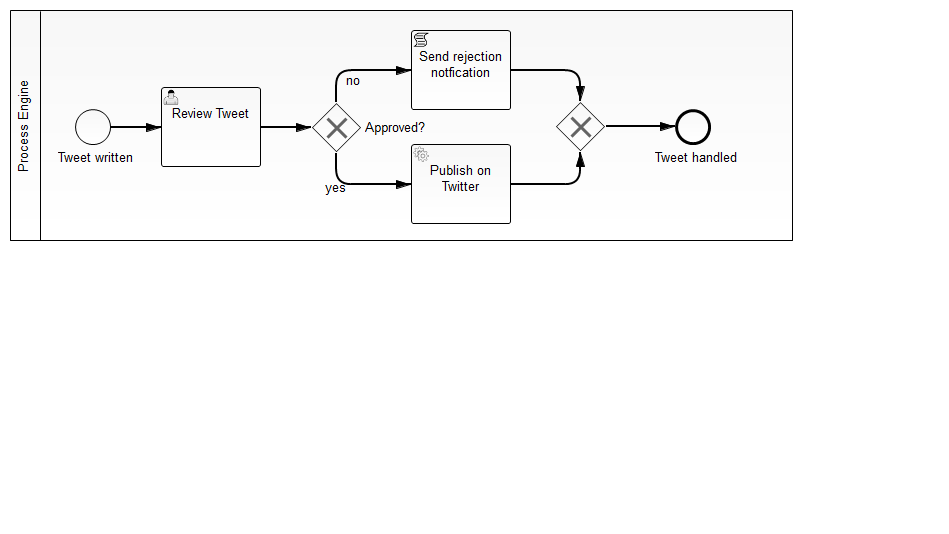
Earlier version of the BPMN export snippets/twitter-qa/src/main/resources/process.png (camunda-consulting/camunda-7-code-examples). Its source is kept beside it as snippets/twitter-qa/src/main/resources/process.bpmn. Ids are renumbered.
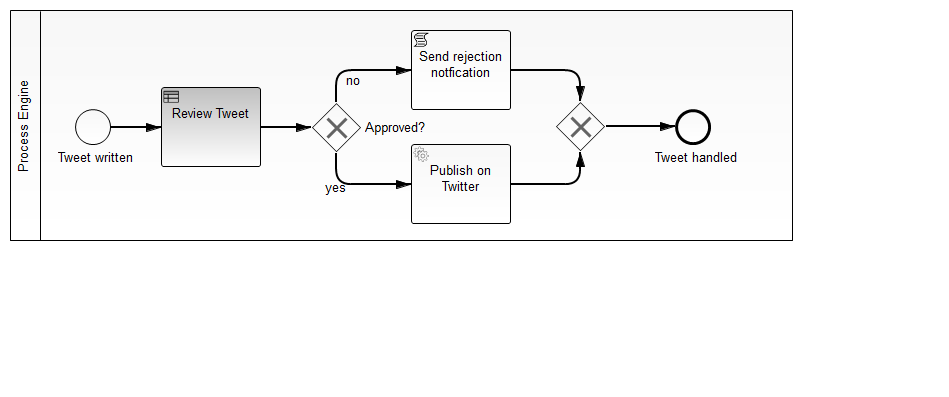
Later version of the same file.

Change to the diagram source:
```diff
@@ -9,10 +9,17 @@
     <bpmn2:endEvent id="EndEvent_1" name="Tweet handled">
       <bpmn2:incoming>SequenceFlow_8</bpmn2:incoming>
     </bpmn2:endEvent>
-    <bpmn2:userTask id="UserTask_1" camunda:candidateGroups="management" camunda:formKey="embedded:app:task-form.html" name="Review Tweet">
+    <bpmn2:businessRuleTask id="UserTask_1" camunda:decisionRef="tweet_approval" camunda:resultVariable="approved_str" name="Review Tweet">
+      <bpmn2:extensionElements>
+        <camunda:inputOutput>
+          <camunda:outputParameter name="approved">
+            <camunda:script scriptFormat="JavaScript">approved_str === 'true' ? true : false;</camunda:script>
+          </camunda:outputParameter>
+        </camunda:inputOutput>
+      </bpmn2:extensionElements>
       <bpmn2:incoming>SequenceFlow_2</bpmn2:incoming>
       <bpmn2:outgoing>SequenceFlow_3</bpmn2:outgoing>
-    </bpmn2:userTask>
+    </bpmn2:businessRuleTask>
     <bpmn2:sequenceFlow id="SequenceFlow_2" name="" sourceRef="StartEvent_1" targetRef="UserTask_1"/>
     <bpmn2:exclusiveGateway id="ExclusiveGateway_1" name="Approved?">
       <bpmn2:incoming>SequenceFlow_3</bpmn2:incoming>
```
